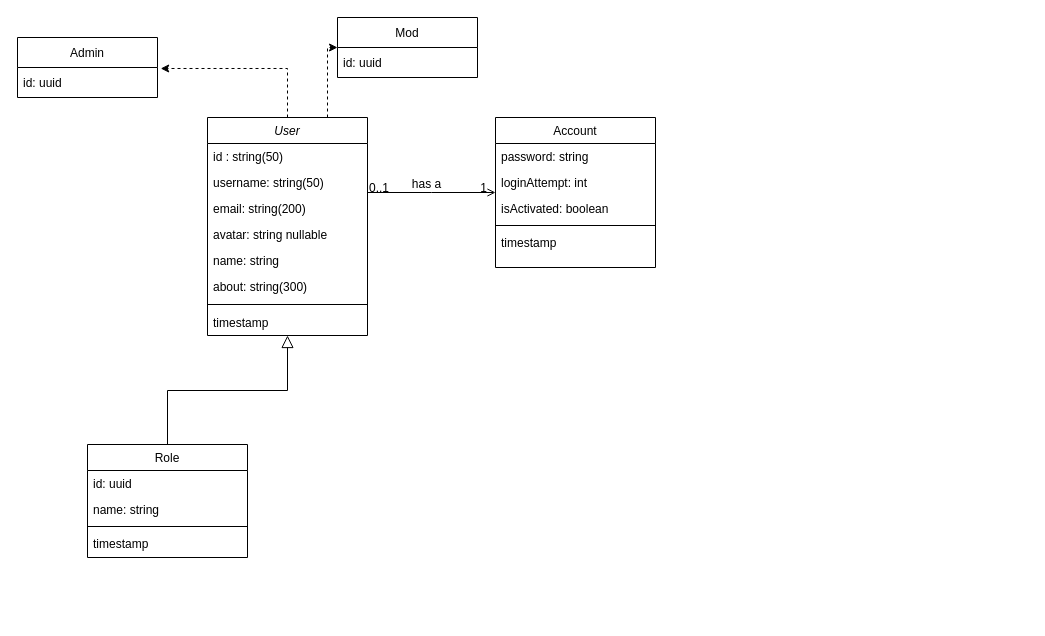
Before: Untitled Diagram.drawio in Spectrum184/tan_blog, a draw.io diagram. Source tidied: cells renumbered, new cells numbered last; positions are measured from the earlier drawing's top-left corner, leaving out a move shared by most shapes. Both pictures are drawn from the tidied source at 100%, with x=0, y=0 at pixel (17, 17).
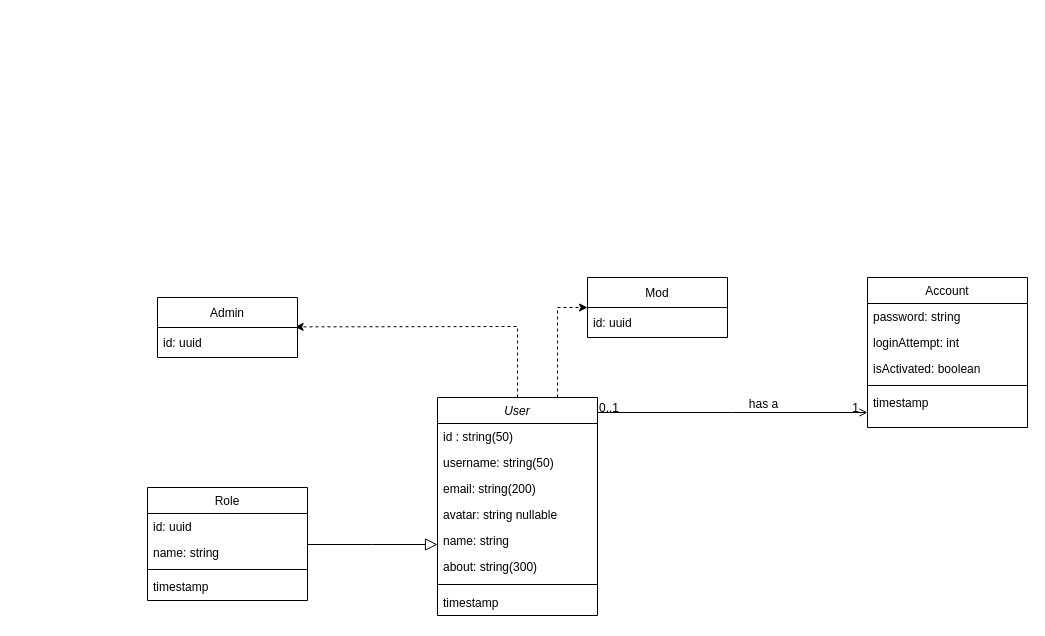
The same page after the edit.

Change to the diagram source:
```diff
@@
     <mxCell id="2" value="Role" style="swimlane;fontStyle=0;align=center;verticalAlign=top;horizontal=1;startSize=26;rounded=0;shadow=0;strokeWidth=1;" parent="1" vertex="1">
-      <mxGeometry x="70" y="427" width="160" height="113" as="geometry" />
+      <mxGeometry x="130" y="470" width="160" height="113" as="geometry" />
     </mxCell>
@@
-    <mxCell id="7" style="edgeStyle=none;rounded=0;jettySize=auto;html=1;entryX=1.023;entryY=0.033;entryDx=0;entryDy=0;entryPerimeter=0;dashed=1;" parent="1" edge="1" source="9" target="30">
+    <mxCell id="7" style="edgeStyle=none;rounded=0;jettySize=auto;html=1;dashed=1;entryX=0.983;entryY=-0.02;entryDx=0;entryDy=0;entryPerimeter=0;" parent="1" edge="1" source="9" target="30">
       <mxGeometry relative="1" as="geometry">
         <Array as="points">
-          <mxPoint x="270" y="51" />
+          <mxPoint x="500" y="309" />
         </Array>
       </mxGeometry>
     </mxCell>
     <mxCell id="8" style="edgeStyle=none;rounded=0;jettySize=auto;html=1;exitX=0.75;exitY=0;exitDx=0;exitDy=0;entryX=0;entryY=0.5;entryDx=0;entryDy=0;dashed=1;" parent="1" edge="1" source="9" target="31">
       <mxGeometry relative="1" as="geometry">
         <Array as="points">
-          <mxPoint x="310" y="30" />
+          <mxPoint x="540" y="290" />
         </Array>
       </mxGeometry>
     </mxCell>
     <mxCell id="9" value="User" style="swimlane;fontStyle=2;align=center;verticalAlign=top;horizontal=1;startSize=26;rounded=0;shadow=0;strokeWidth=1;" parent="1" vertex="1">
-      <mxGeometry x="190" y="100" width="160" height="218" as="geometry" />
+      <mxGeometry x="420" y="380" width="160" height="218" as="geometry" />
     </mxCell>
@@
     <mxCell id="19" value="Account" style="swimlane;fontStyle=0;align=center;verticalAlign=top;horizontal=1;startSize=26;rounded=0;shadow=0;strokeWidth=1;" parent="1" vertex="1">
-      <mxGeometry x="478" y="100" width="160" height="150" as="geometry" />
+      <mxGeometry x="850" y="260" width="160" height="150" as="geometry" />
     </mxCell>
@@
     <mxCell id="29" value="Admin" style="swimlane;fontStyle=0;horizontal=1;startSize=30;" parent="1" vertex="1">
-      <mxGeometry y="20" width="140" height="60" as="geometry" />
+      <mxGeometry x="140" y="280" width="140" height="60" as="geometry" />
     </mxCell>
-    <mxCell id="30" value="id: uuid" style="text;strokeColor=none;fillColor=none;align=left;verticalAlign=middle;spacingLeft=4;spacingRight=4;overflow=hidden;points=[[0,0.5],[1,0.5]];portConstraint=eastwest;" parent="1" vertex="1">
-      <mxGeometry y="50" width="140" height="30" as="geometry" />
+    <mxCell id="30" value="id: uuid" style="text;strokeColor=none;fillColor=none;align=left;verticalAlign=middle;spacingLeft=4;spacingRight=4;overflow=hidden;points=[[0,0.5],[1,0.5]];portConstraint=eastwest;" parent="29" vertex="1">
+      <mxGeometry y="30" width="140" height="30" as="geometry" />
     </mxCell>
     <mxCell id="31" value="Mod" style="swimlane;fontStyle=0;horizontal=1;startSize=30;" parent="1" vertex="1">
-      <mxGeometry x="320" width="140" height="60" as="geometry" />
+      <mxGeometry x="570" y="260" width="140" height="60" as="geometry" />
     </mxCell>
```
